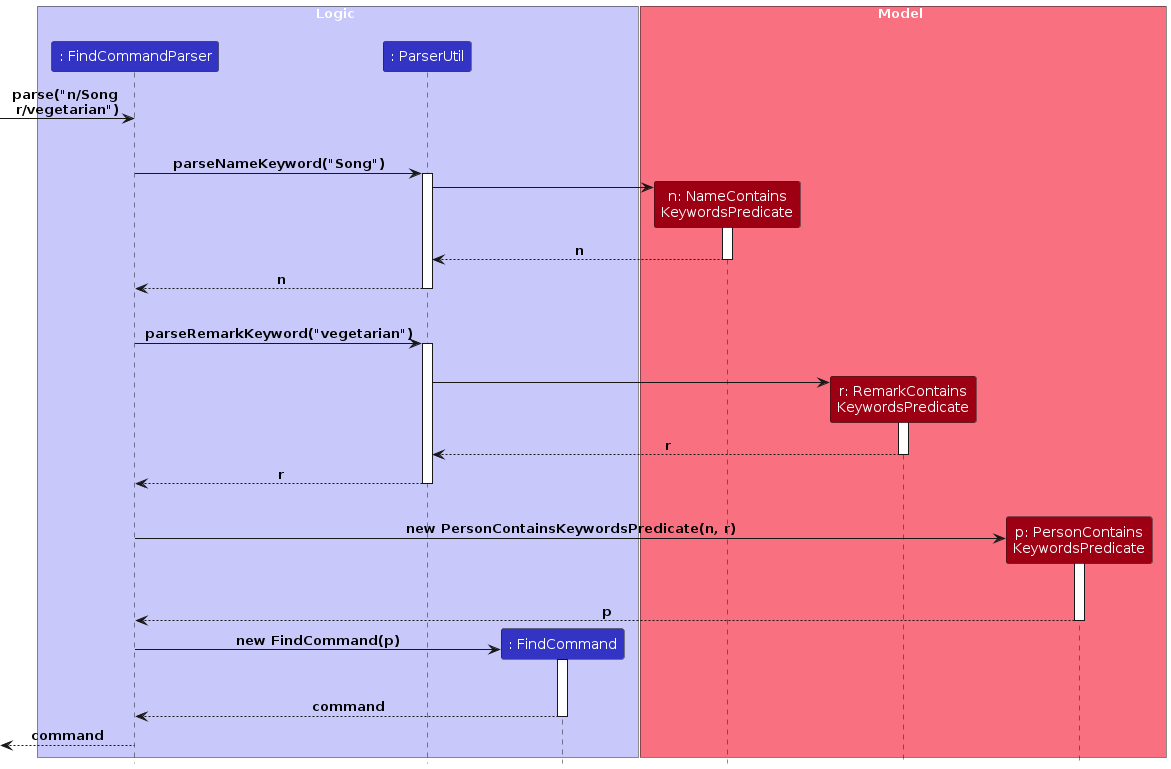
The PlantUML diagram diagrams/find-feature/ParseFindCommandSequenceDiagram.png in TehOPanas/tP, before a commit. Its source is kept beside it as diagrams/find-feature/ParseFindCommandSequenceDiagram.puml.
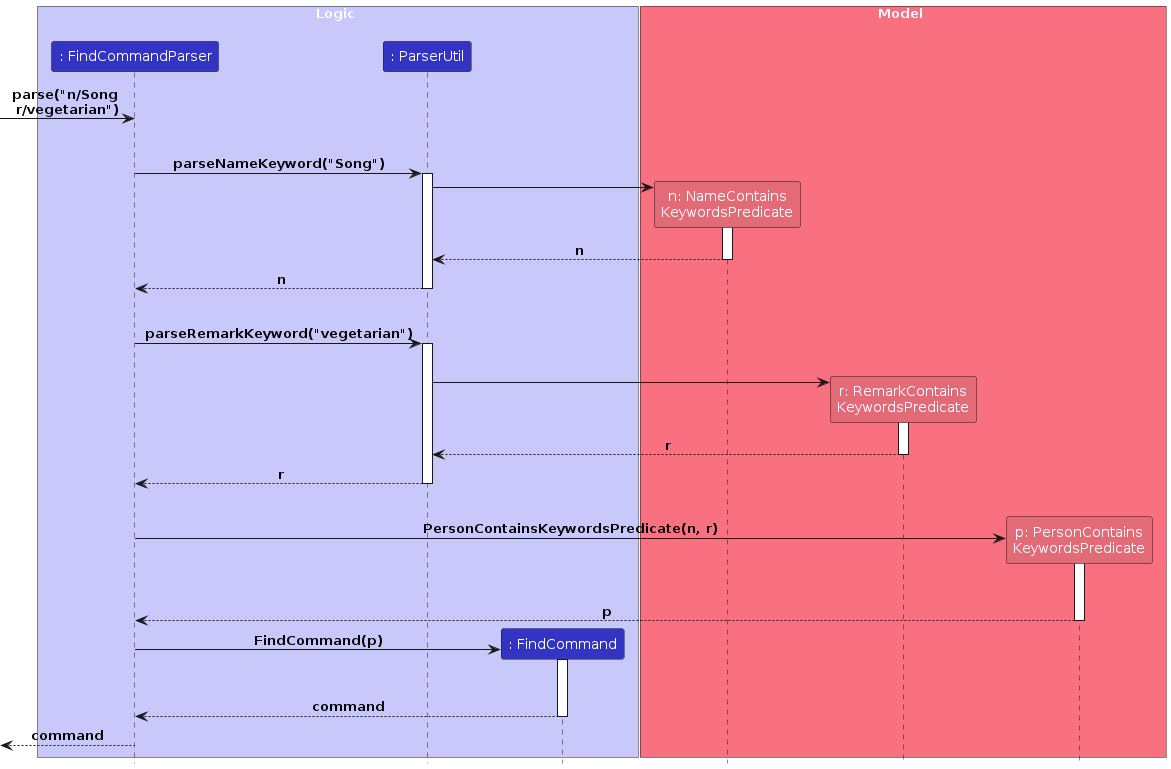
Later version of the same file.

Diff of the diagram source:
```diff
@@ -36,13 +36,13 @@
 return r
 |||
 create personPredicate
-parser -> personPredicate : new PersonContainsKeywordsPredicate(n, r)
+parser -> personPredicate : PersonContainsKeywordsPredicate(n, r)
 |||
 activate personPredicate
 return p
 
 create command
-parser -> command : new FindCommand(p)
+parser -> command : FindCommand(p)
 activate command
 |||
 return command
```
